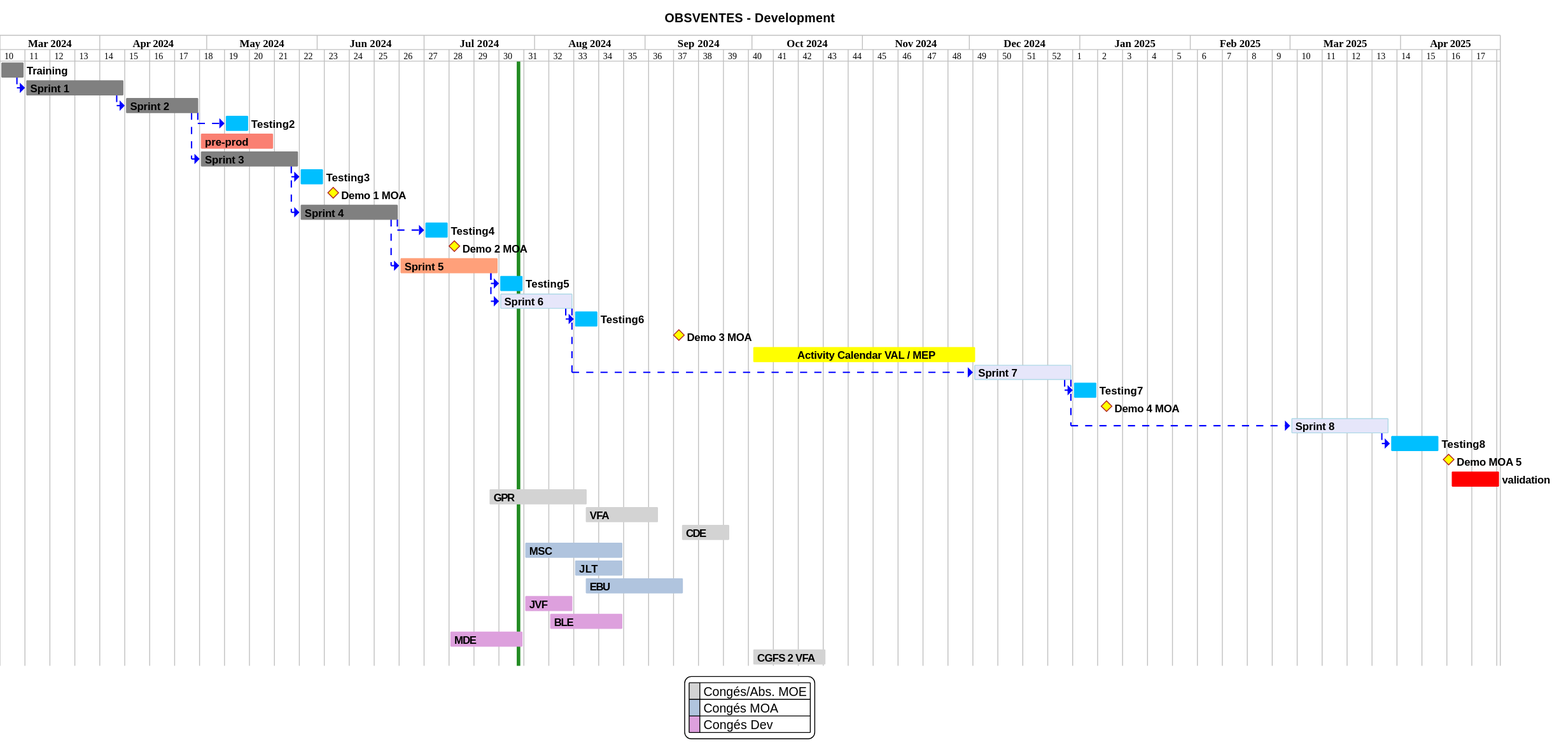
The PlantUML diagram projects/obsvente/not/images/refonte-obsventes-planning-sprints.svg in sumaris-net/sumaris-doc, before a commit.
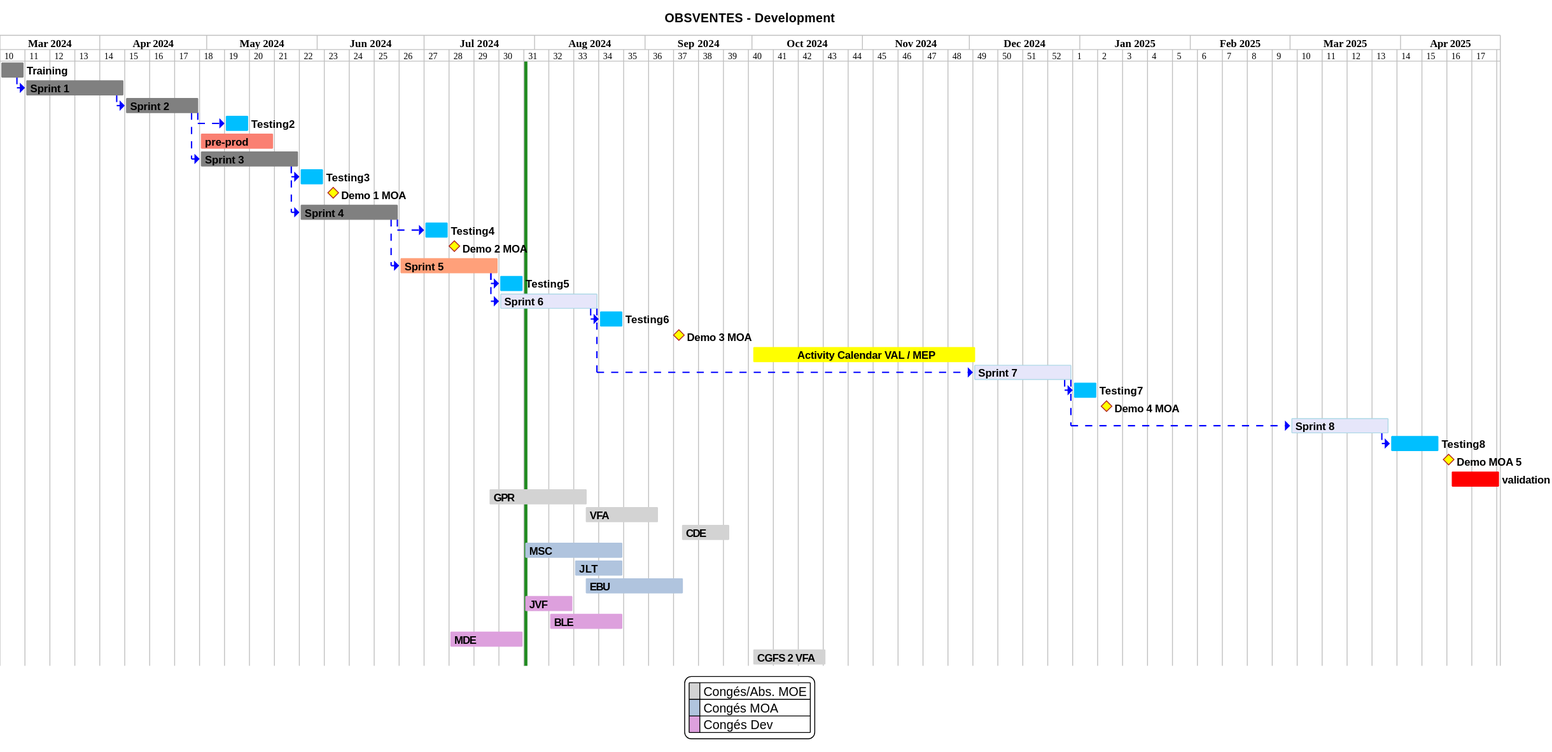
After the change.

Commit message:
[not] update planning (ActiFLot, ObsVentes) and instanciate risk monitoring

What changed in the source:
```diff
@@ -92,7 +92,7 @@
 [TASK4]->[TASK5]
 [Testing5] requires 1 week
 [TASK5]->[Testing5]
-[Sprint 6] as [TASK6] requires 3 weeks and starts the 15th of July 2024
+[Sprint 6] as [TASK6] requires 4 weeks and starts the 15th of July 2024
 
 [TASK6] is colored in Lavender/LightBlue
 [TASK5]->[TASK6]
```
